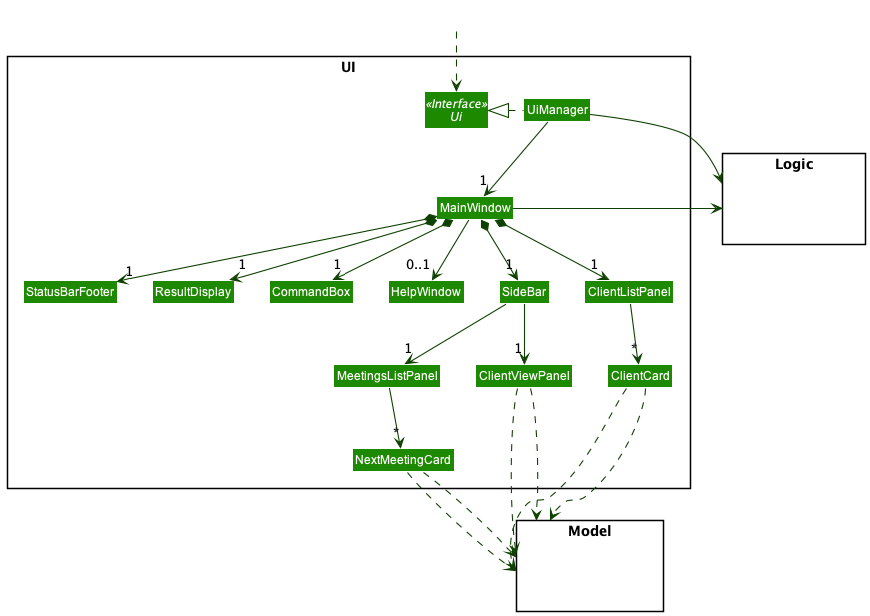
nus-cs2103-AY2122S1/tp keeps this PlantUML diagram as docs/images/UiClassDiagram.png. Above is the earlier version.
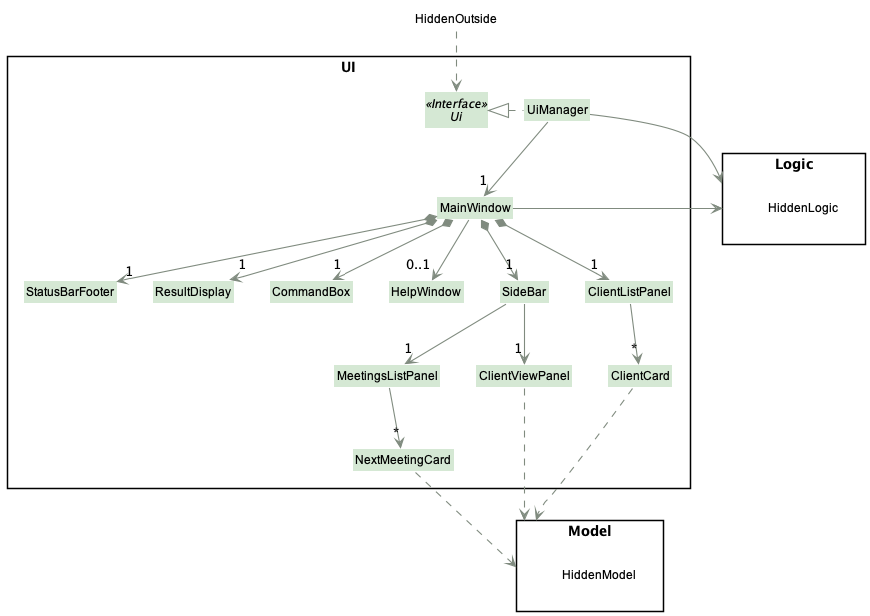
The same diagram one commit later.

What changed in the source:
```diff
@@ -47,11 +47,8 @@
 MeetingsListPanel -down-> "*" NextMeetingCard
 
 ClientCard ..> Model
-ClientViewPanel ..> Model
-NextMeetingCard ..> Model
-ClientCard ..> Model
-ClientViewPanel ..> Model
-NextMeetingCard ..> Model
+NextMeetingCard .down.> Model
+ClientViewPanel .down.> Model
 UiManager -right-> Logic
 MainWindow -left-> Logic
 
```
